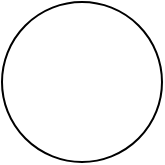
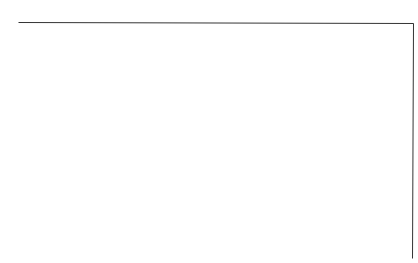
<mxfile host="app.diagrams.net">
  <diagram name="Page-1" id="h2LMVHnGm15CifWx3pOI">
-     <mxGraphModel dx="464" dy="705" grid="1" gridSize="10" guides="1" tooltips="1" connect="1" arrows="1" fold="1" page="1" pageScale="1" pageWidth="827" pageHeight="1169" math="0" shadow="0">
+     <mxGraphModel dx="464" dy="921" grid="0" gridSize="10" guides="0" tooltips="1" connect="0" arrows="0" fold="1" page="0" pageScale="1" pageWidth="827" pageHeight="1169" background="light-dark(#FFFFFF,#000000)" math="0" shadow="0">
      <root>
        <mxCell id="0" />
        <mxCell id="1" parent="0" />
-         <mxCell id="7mwDEKHe3nF5LDf4UFdW-1" parent="1" style="ellipse;whiteSpace=wrap;html=1;" value="" vertex="1">
-           <mxGeometry height="80" width="80" x="200" y="220" as="geometry" />
+         <mxCell id="uqSgiPXXA280GjwNy3_w-1" parent="1" style="whiteSpace=wrap;html=1;strokeColor=none;fillColor=light-dark(#FFFFFF,#FFFFFF);movable=1;resizable=0;rotatable=0;" value="" vertex="1">
+           <mxGeometry height="10" width="10" as="geometry" />
+         </mxCell>
+         <mxCell id="uqSgiPXXA280GjwNy3_w-2" parent="1" style="whiteSpace=wrap;html=1;strokeColor=none;fillColor=light-dark(#FFFFFF,#FFFFFF);movable=1;resizable=0;rotatable=0;" value="" vertex="1">
+           <mxGeometry height="10" width="10" x="40" as="geometry" />
+         </mxCell>
+         <mxCell id="uqSgiPXXA280GjwNy3_w-3" edge="1" parent="1" style="edgeStyle=orthogonalEdgeStyle;orthogonalLoop=1;jettySize=auto;html=1;rounded=0;fontSize=12;startSize=8;endSize=8;strokeWidth=0.4;endArrow=none;endFill=0;" value="">
+           <mxGeometry relative="1" width="120" as="geometry">
+             <mxPoint x="9" y="11" as="sourcePoint" />
+             <mxPoint x="206" y="129" as="targetPoint" />
+           </mxGeometry>
        </mxCell>
      </root>
    </mxGraphModel>
  </diagram>
</mxfile>
